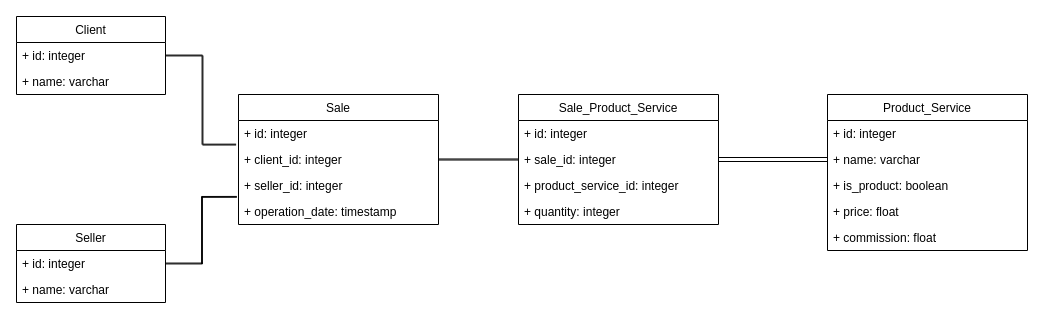
Above: uml-amcom.drawio in linikerunk/example-market-place (draw.io), before the change. Source tidied: cells renumbered, new cells numbered last; positions are measured from the earlier drawing's top-left corner, leaving out a move shared by most shapes. Both pictures are drawn from the tidied source at 100%, with x=0, y=0 at pixel (16, 16).
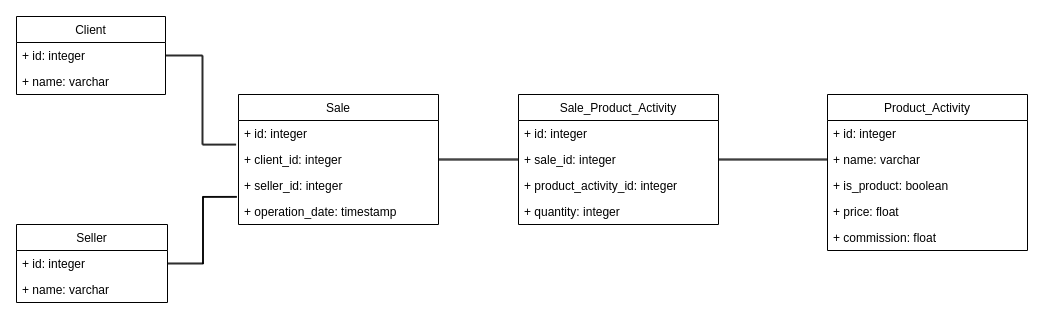
The same diagram, later.

Unchanged cells that the change refers to:
```xml
<mxCell id="12" value="+ name: varchar" style="text;strokeColor=none;fillColor=none;align=left;verticalAlign=top;spacingLeft=4;spacingRight=4;overflow=hidden;points=[[0,0.5],[1,0.5]];portConstraint=eastwest;" parent="10" vertex="1">
  <mxGeometry y="52" width="200" height="26" as="geometry" />
</mxCell>
<mxCell id="18" value="+ sale_id: integer" style="text;strokeColor=none;fillColor=none;align=left;verticalAlign=top;spacingLeft=4;spacingRight=4;overflow=hidden;points=[[0,0.5],[1,0.5]];portConstraint=eastwest;" parent="16" vertex="1">
  <mxGeometry y="52" width="200" height="26" as="geometry" />
</mxCell>
```

Diff of the diagram source:
```diff
@@
-    <mxCell id="10" value="Product_Service" style="swimlane;fontStyle=0;horizontal=1;startSize=26;fillColor=none;" parent="1" vertex="1">
+    <mxCell id="10" value="Product_Activity" style="swimlane;fontStyle=0;horizontal=1;startSize=26;fillColor=none;" parent="1" vertex="1">
       <mxGeometry x="811" y="78" width="200" height="156" as="geometry" />
     </mxCell>
@@
-    <mxCell id="16" value="Sale_Product_Service" style="swimlane;fontStyle=0;horizontal=1;startSize=26;fillColor=none;" parent="1" vertex="1">
+    <mxCell id="16" value="Sale_Product_Activity" style="swimlane;fontStyle=0;horizontal=1;startSize=26;fillColor=none;" parent="1" vertex="1">
       <mxGeometry x="502" y="78" width="200" height="130" as="geometry" />
     </mxCell>
@@
-    <mxCell id="19" value="+ product_service_id: integer" style="text;strokeColor=none;fillColor=none;align=left;verticalAlign=top;spacingLeft=4;spacingRight=4;overflow=hidden;" parent="16" vertex="1">
+    <mxCell id="19" value="+ product_activity_id: integer" style="text;strokeColor=none;fillColor=none;align=left;verticalAlign=top;spacingLeft=4;spacingRight=4;overflow=hidden;" parent="16" vertex="1">
       <mxGeometry y="78" width="200" height="26" as="geometry" />
     </mxCell>
@@
     <mxCell id="23" value="Seller" style="swimlane;fontStyle=0;horizontal=1;startSize=26;fillColor=none;" parent="1" vertex="1">
-      <mxGeometry y="208" width="149" height="78" as="geometry" />
+      <mxGeometry y="208" width="151" height="78" as="geometry" />
     </mxCell>
     <mxCell id="24" value="+ id: integer" style="text;strokeColor=none;fillColor=none;align=left;verticalAlign=top;spacingLeft=4;spacingRight=4;overflow=hidden;points=[[0,0.5],[1,0.5]];portConstraint=eastwest;" parent="23" vertex="1">
-      <mxGeometry y="26" width="149" height="26" as="geometry" />
+      <mxGeometry y="26" width="151" height="26" as="geometry" />
     </mxCell>
     <mxCell id="25" value="+ name: varchar" style="text;strokeColor=none;fillColor=none;align=left;verticalAlign=top;spacingLeft=4;spacingRight=4;overflow=hidden;" parent="23" vertex="1">
-      <mxGeometry y="52" width="149" height="26" as="geometry" />
+      <mxGeometry y="52" width="151" height="26" as="geometry" />
     </mxCell>
@@
-    <mxCell id="27" style="edgeStyle=orthogonalEdgeStyle;shape=link;curved=1;html=1;exitX=0;exitY=0.5;exitDx=0;exitDy=0;entryX=1;entryY=0.5;entryDx=0;entryDy=0;elbow=vertical;" parent="1" edge="1" source="12" target="18">
+    <mxCell id="27" style="edgeStyle=orthogonalEdgeStyle;shape=link;curved=1;html=1;exitX=0;exitY=0.5;exitDx=0;exitDy=0;entryX=1;entryY=0.5;entryDx=0;entryDy=0;elbow=vertical;width=-1;" parent="1" edge="1" source="12" target="18">
       <mxGeometry relative="1" as="geometry" />
     </mxCell>
```
